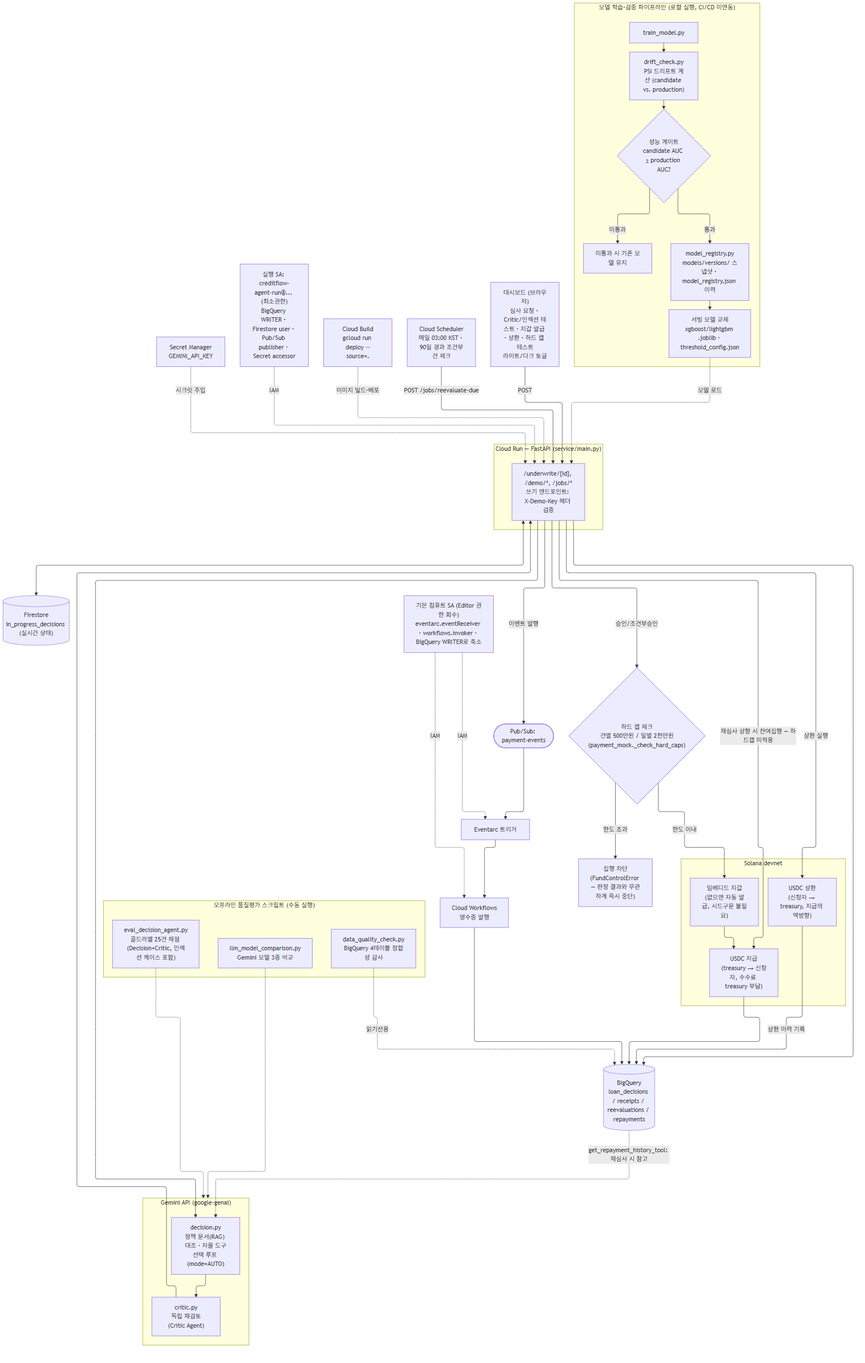
Earlier version of the Mermaid export docs/architecture.png (sujin-1015/creditflow-ai-agent). Its source is kept beside it as docs/architecture.mmd.
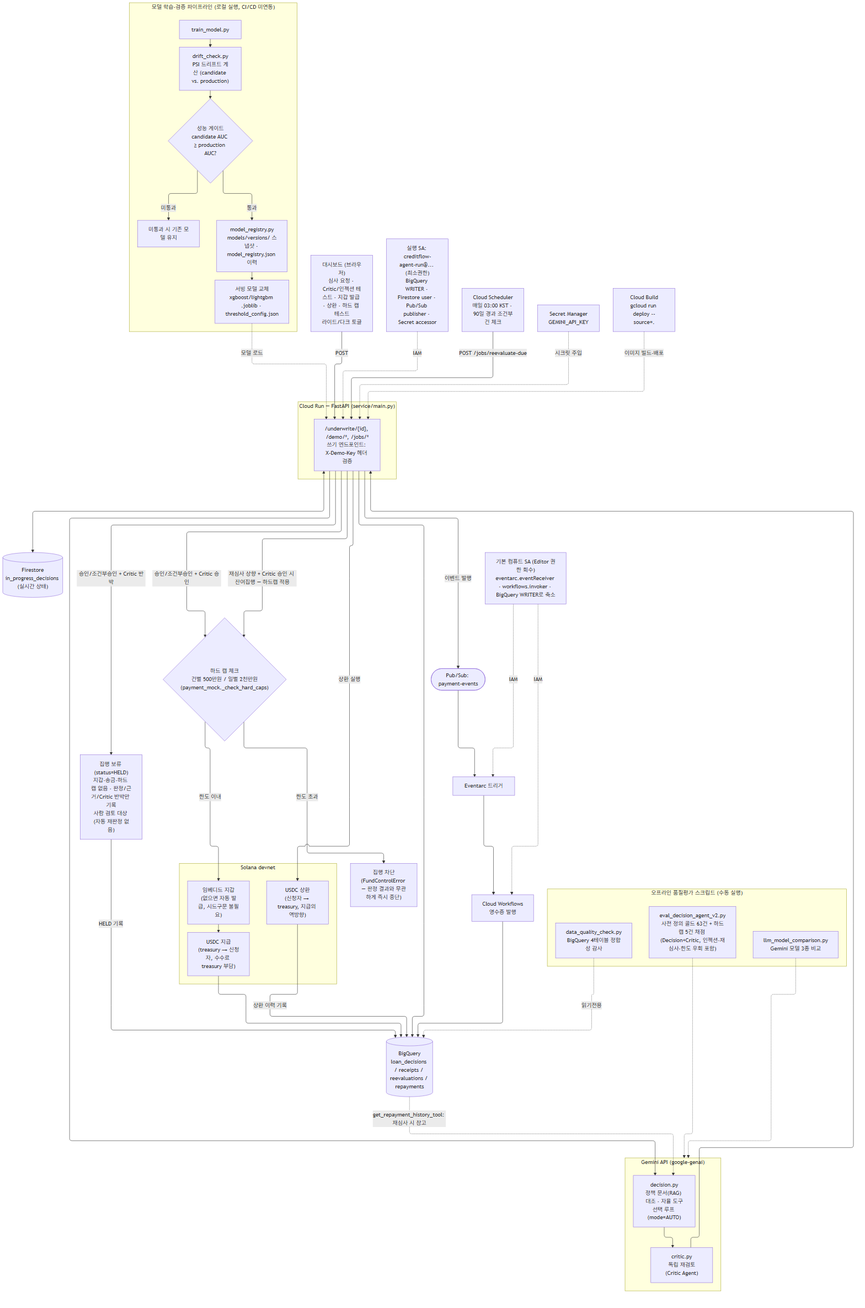
After the commit.

Commit message:
Hold disbursement (status=HELD) when Critic rejects an approved/conditional decision

The edit, as a diff of the source:
```diff
@@ -13,6 +13,7 @@
 
     HardCap{"하드 캡 체크<br/>건별 500만원 / 일별 2천만원<br/>(payment_mock._check_hard_caps)"}
     Blocked["집행 차단<br/>(FundControlError — 판정 결과와 무관하게 즉시 중단)"]
+    Held["집행 보류 (status=HELD)<br/>지갑·송금·하드 캡 없음 · 판정/근거/Critic 반박만 기록<br/>사람 검토 대상 (자동 재판정 없음)"]
 
     subgraph Chain["Solana devnet"]
         Wallet["임베디드 지갑<br/>(없으면 자동 발급, 시드구문 불필요)"]
@@ -34,12 +35,14 @@
     API <--> FS
     API --> Decision --> Critic
     Critic --> API
-    API -->|승인/조건부승인| HardCap
+    API -->|승인/조건부승인 + Critic 승인| HardCap
+    API -->|승인/조건부승인 + Critic 반박| Held
     HardCap -->|한도 이내| Wallet --> Transfer
     HardCap -->|한도 초과| Blocked
     API -->|상환 실행| Repay
-    API -->|재심사 상향 시 잔여집행 — 하드캡 미적용| Transfer
+    API -->|재심사 상향 + Critic 승인 시 잔여집행 — 하드캡 적용| HardCap
     Transfer --> BQ
+    Held -->|HELD 기록| BQ
     Repay -->|상환 이력 기록| BQ
     BQ -.->|get_repayment_history_tool: 재심사 시 참고| Decision
     API --> BQ
```
